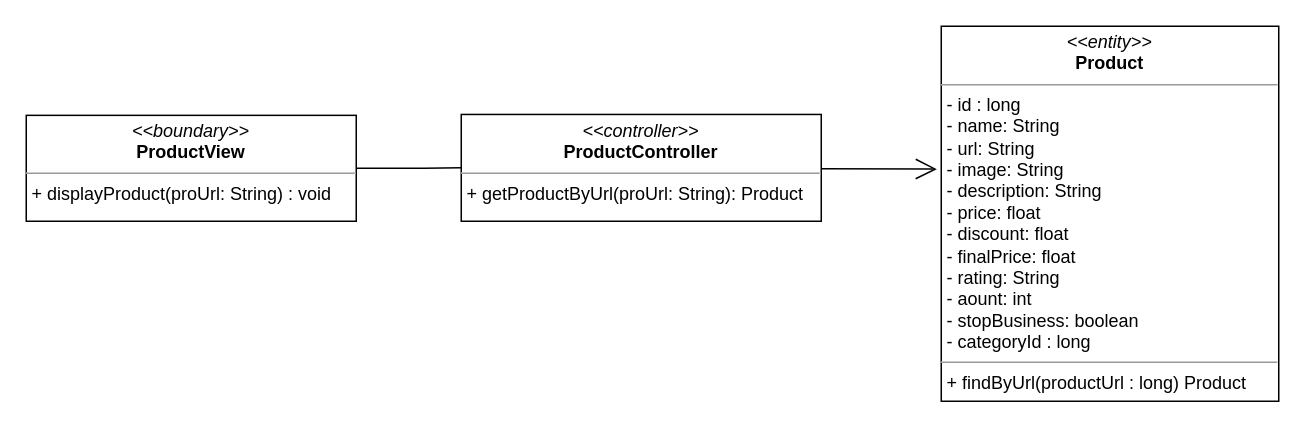
nguyenphamvan/datn_20202 keeps this draw.io diagram as class diagram/get-productDetail-class-diagram.drawio. Above is the earlier version. Source tidied: cells renumbered, new cells numbered last; positions are measured from the earlier drawing's top-left corner, leaving out a move shared by most shapes. Both pictures are drawn from the tidied source at 150%, with x=0, y=0 at pixel (26, 26).
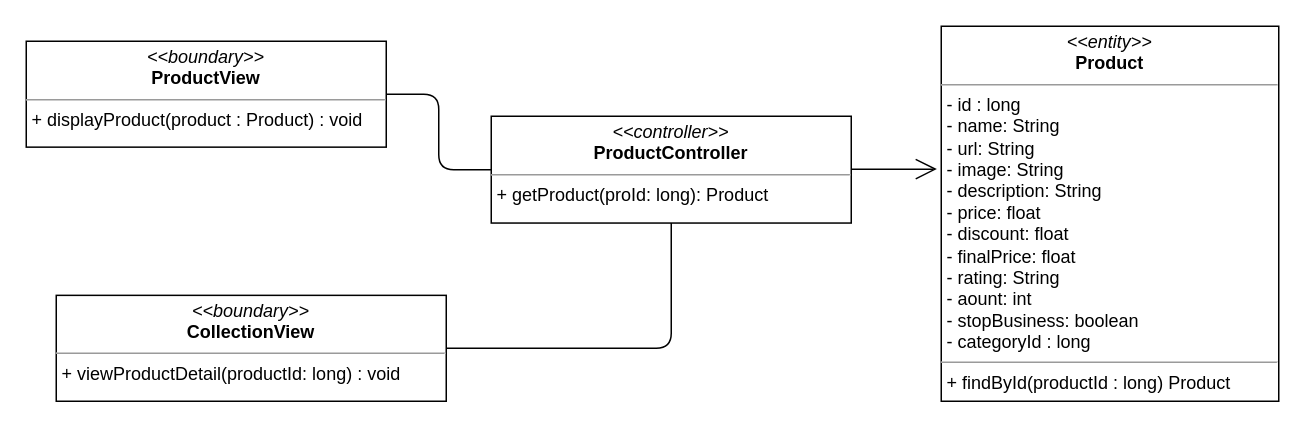
Above is the later version.

The edit, as a diff of the source:
```diff
@@
 <mxGraphModel>
   <root>
     <mxCell id="0" />
     <mxCell id="1" parent="0" />
-    <mxCell id="2" value="&lt;p style=&quot;margin: 0px ; margin-top: 4px ; text-align: center&quot;&gt;&lt;i&gt;&amp;lt;&amp;lt;boundary&amp;gt;&amp;gt;&lt;/i&gt;&lt;br&gt;&lt;b&gt;ProductView&lt;/b&gt;&lt;/p&gt;&lt;hr size=&quot;1&quot;&gt;&lt;p style=&quot;margin: 0px ; margin-left: 4px&quot;&gt;&lt;span&gt;+ displayProduct(proUrl: String) : void&lt;/span&gt;&lt;/p&gt;" style="verticalAlign=top;align=left;overflow=fill;fontSize=12;fontFamily=Helvetica;html=1;" parent="1" vertex="1">
-      <mxGeometry y="59.4" width="220" height="70.6" as="geometry" />
+    <mxCell id="2" value="&lt;p style=&quot;margin: 0px ; margin-top: 4px ; text-align: center&quot;&gt;&lt;i&gt;&amp;lt;&amp;lt;boundary&amp;gt;&amp;gt;&lt;/i&gt;&lt;br&gt;&lt;b&gt;ProductView&lt;/b&gt;&lt;/p&gt;&lt;hr size=&quot;1&quot;&gt;&lt;p style=&quot;margin: 0px ; margin-left: 4px&quot;&gt;&lt;span&gt;+ displayProduct(product : Product) : void&lt;/span&gt;&lt;/p&gt;" style="verticalAlign=top;align=left;overflow=fill;fontSize=12;fontFamily=Helvetica;html=1;" parent="1" vertex="1">
+      <mxGeometry y="10" width="240" height="70.6" as="geometry" />
     </mxCell>
     <mxCell id="3" style="endArrow=none;html=1;edgeStyle=orthogonalEdgeStyle;exitX=1;exitY=0.5;exitDx=0;exitDy=0;" parent="1" edge="1" source="2" target="4">
       <mxGeometry relative="1" as="geometry" />
     </mxCell>
-    <mxCell id="4" value="&lt;p style=&quot;margin: 0px ; margin-top: 4px ; text-align: center&quot;&gt;&lt;i&gt;&amp;lt;&amp;lt;controller&amp;gt;&amp;gt;&lt;/i&gt;&lt;br&gt;&lt;b&gt;ProductController&lt;/b&gt;&lt;/p&gt;&lt;hr size=&quot;1&quot;&gt;&lt;p style=&quot;margin: 0px ; margin-left: 4px&quot;&gt;+ getProductByUrl(proUrl: String): Product&lt;br&gt;&lt;/p&gt;" style="verticalAlign=top;align=left;overflow=fill;fontSize=12;fontFamily=Helvetica;html=1;" parent="1" vertex="1">
-      <mxGeometry x="290" y="58.8" width="240" height="71.2" as="geometry" />
+    <mxCell id="4" value="&lt;p style=&quot;margin: 0px ; margin-top: 4px ; text-align: center&quot;&gt;&lt;i&gt;&amp;lt;&amp;lt;controller&amp;gt;&amp;gt;&lt;/i&gt;&lt;br&gt;&lt;b&gt;ProductController&lt;/b&gt;&lt;/p&gt;&lt;hr size=&quot;1&quot;&gt;&lt;p style=&quot;margin: 0px ; margin-left: 4px&quot;&gt;+ getProduct(proId: long): Product&lt;br&gt;&lt;/p&gt;" style="verticalAlign=top;align=left;overflow=fill;fontSize=12;fontFamily=Helvetica;html=1;" parent="1" vertex="1">
+      <mxGeometry x="310" y="60" width="240" height="71.2" as="geometry" />
     </mxCell>
-    <mxCell id="5" value="&lt;p style=&quot;margin: 0px ; margin-top: 4px ; text-align: center&quot;&gt;&lt;i&gt;&amp;lt;&amp;lt;entity&amp;gt;&amp;gt;&lt;/i&gt;&lt;br&gt;&lt;b&gt;Product&lt;/b&gt;&lt;/p&gt;&lt;hr size=&quot;1&quot;&gt;&lt;p style=&quot;margin: 0px ; margin-left: 4px&quot;&gt;- id : long&lt;/p&gt;&lt;p style=&quot;margin: 0px ; margin-left: 4px&quot;&gt;- name: String&lt;br&gt;- url: String&lt;/p&gt;&lt;p style=&quot;margin: 0px ; margin-left: 4px&quot;&gt;- image: String&lt;/p&gt;&lt;p style=&quot;margin: 0px ; margin-left: 4px&quot;&gt;- description: String&lt;/p&gt;&lt;p style=&quot;margin: 0px ; margin-left: 4px&quot;&gt;- price: float&lt;/p&gt;&lt;p style=&quot;margin: 0px ; margin-left: 4px&quot;&gt;- discount: float&lt;/p&gt;&lt;p style=&quot;margin: 0px ; margin-left: 4px&quot;&gt;- finalPrice: float&lt;/p&gt;&lt;p style=&quot;margin: 0px ; margin-left: 4px&quot;&gt;- rating: String&lt;/p&gt;&lt;p style=&quot;margin: 0px ; margin-left: 4px&quot;&gt;- aount: int&lt;/p&gt;&lt;p style=&quot;margin: 0px ; margin-left: 4px&quot;&gt;- stopBusiness: boolean&lt;/p&gt;&lt;p style=&quot;margin: 0px ; margin-left: 4px&quot;&gt;- categoryId : long&lt;/p&gt;&lt;hr size=&quot;1&quot;&gt;&lt;p style=&quot;margin: 0px ; margin-left: 4px&quot;&gt;+ findByUrl(productUrl : long) Product&lt;/p&gt;" style="verticalAlign=top;align=left;overflow=fill;fontSize=12;fontFamily=Helvetica;html=1;" parent="1" vertex="1">
+    <mxCell id="5" value="&lt;p style=&quot;margin: 0px ; margin-top: 4px ; text-align: center&quot;&gt;&lt;i&gt;&amp;lt;&amp;lt;entity&amp;gt;&amp;gt;&lt;/i&gt;&lt;br&gt;&lt;b&gt;Product&lt;/b&gt;&lt;/p&gt;&lt;hr size=&quot;1&quot;&gt;&lt;p style=&quot;margin: 0px ; margin-left: 4px&quot;&gt;- id : long&lt;/p&gt;&lt;p style=&quot;margin: 0px ; margin-left: 4px&quot;&gt;- name: String&lt;br&gt;- url: String&lt;/p&gt;&lt;p style=&quot;margin: 0px ; margin-left: 4px&quot;&gt;- image: String&lt;/p&gt;&lt;p style=&quot;margin: 0px ; margin-left: 4px&quot;&gt;- description: String&lt;/p&gt;&lt;p style=&quot;margin: 0px ; margin-left: 4px&quot;&gt;- price: float&lt;/p&gt;&lt;p style=&quot;margin: 0px ; margin-left: 4px&quot;&gt;- discount: float&lt;/p&gt;&lt;p style=&quot;margin: 0px ; margin-left: 4px&quot;&gt;- finalPrice: float&lt;/p&gt;&lt;p style=&quot;margin: 0px ; margin-left: 4px&quot;&gt;- rating: String&lt;/p&gt;&lt;p style=&quot;margin: 0px ; margin-left: 4px&quot;&gt;- aount: int&lt;/p&gt;&lt;p style=&quot;margin: 0px ; margin-left: 4px&quot;&gt;- stopBusiness: boolean&lt;/p&gt;&lt;p style=&quot;margin: 0px ; margin-left: 4px&quot;&gt;- categoryId : long&lt;/p&gt;&lt;hr size=&quot;1&quot;&gt;&lt;p style=&quot;margin: 0px ; margin-left: 4px&quot;&gt;+ findById(productId : long) Product&lt;/p&gt;" style="verticalAlign=top;align=left;overflow=fill;fontSize=12;fontFamily=Helvetica;html=1;" parent="1" vertex="1">
       <mxGeometry x="610" width="225" height="250" as="geometry" />
     </mxCell>
     <mxCell id="6" style="endArrow=open;endFill=1;endSize=12;html=1;entryX=-0.013;entryY=0.381;entryDx=0;entryDy=0;entryPerimeter=0;" parent="1" edge="1" source="4" target="5">
       <mxGeometry relative="1" as="geometry" />
     </mxCell>
+    <mxCell id="7" value="&lt;p style=&quot;margin: 0px ; margin-top: 4px ; text-align: center&quot;&gt;&lt;i&gt;&amp;lt;&amp;lt;boundary&amp;gt;&amp;gt;&lt;/i&gt;&lt;br&gt;&lt;b&gt;CollectionView&lt;/b&gt;&lt;/p&gt;&lt;hr size=&quot;1&quot;&gt;&lt;p style=&quot;margin: 0px ; margin-left: 4px&quot;&gt;&lt;span&gt;+ viewProductDetail(productId: long) : void&lt;/span&gt;&lt;/p&gt;" style="verticalAlign=top;align=left;overflow=fill;fontSize=12;fontFamily=Helvetica;html=1;" parent="1" vertex="1">
+      <mxGeometry x="20" y="179.4" width="260" height="70.6" as="geometry" />
+    </mxCell>
+    <mxCell id="8" style="endArrow=none;html=1;edgeStyle=orthogonalEdgeStyle;" parent="1" edge="1" source="7" target="4">
+      <mxGeometry relative="1" as="geometry" />
+    </mxCell>
   </root>
 </mxGraphModel>
```
